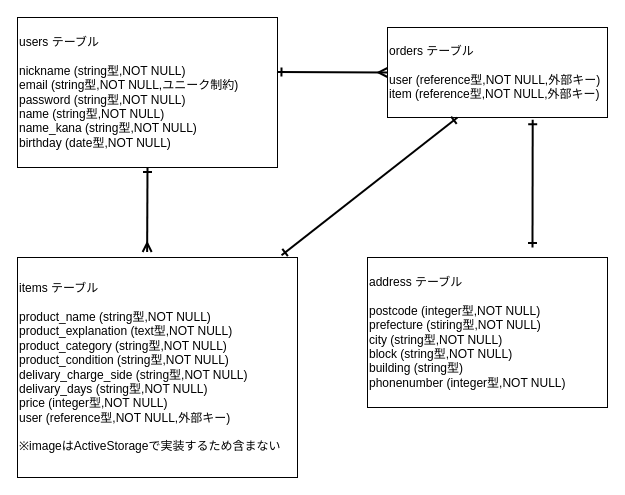
Above: er.dio in kouki135/furima-37408 (draw.io), before the change. Source tidied: cells renumbered, new cells numbered last; positions are measured from the earlier drawing's top-left corner, leaving out a move shared by most shapes. Both pictures are drawn from the tidied source at 100%, with x=0, y=0 at pixel (17, 17).
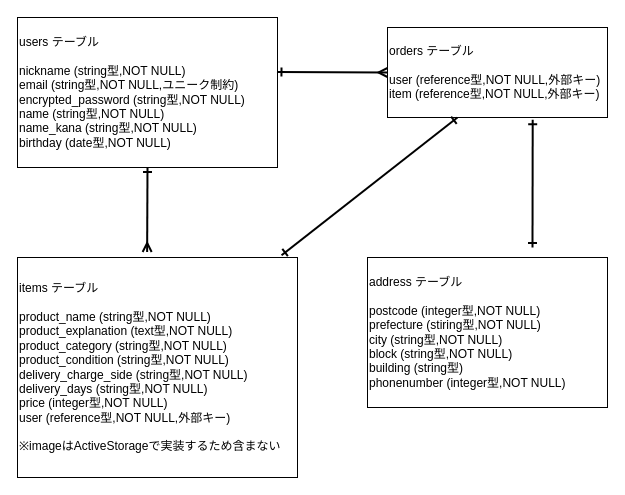
After the change.

The edit, as a diff of the source:
```diff
@@
 <mxGraphModel>
   <root>
     <mxCell id="0" />
     <mxCell id="1" parent="0" />
-    <mxCell id="2" value="&lt;div&gt;&lt;span&gt;users テーブル&lt;/span&gt;&lt;/div&gt;&lt;div&gt;&lt;br&gt;&lt;/div&gt;&lt;div&gt;&lt;span&gt;nickname (string型,NOT NULL)&lt;/span&gt;&lt;/div&gt;&lt;div&gt;&lt;span&gt;email (string型,NOT NULL,ユニーク制約)&lt;/span&gt;&lt;/div&gt;&lt;div&gt;&lt;span&gt;password&amp;nbsp;(string型,NOT NULL)&lt;/span&gt;&lt;/div&gt;&lt;div&gt;&lt;span&gt;name&amp;nbsp;(string型,NOT NULL)&lt;/span&gt;&lt;/div&gt;&lt;div&gt;&lt;span&gt;name_kana&amp;nbsp;(string型,NOT NULL)&lt;/span&gt;&lt;/div&gt;&lt;div&gt;&lt;span&gt;birthday&amp;nbsp;(date型,NOT NULL)&lt;/span&gt;&lt;/div&gt;" style="rounded=0;whiteSpace=wrap;html=1;align=left;" parent="1" vertex="1">
+    <mxCell id="2" value="&lt;div&gt;&lt;span&gt;users テーブル&lt;/span&gt;&lt;/div&gt;&lt;div&gt;&lt;br&gt;&lt;/div&gt;&lt;div&gt;&lt;span&gt;nickname (string型,NOT NULL)&lt;/span&gt;&lt;/div&gt;&lt;div&gt;&lt;span&gt;email (string型,NOT NULL,ユニーク制約)&lt;/span&gt;&lt;/div&gt;&lt;div&gt;&lt;span&gt;encrypted_password&amp;nbsp;(string型,NOT NULL)&lt;/span&gt;&lt;/div&gt;&lt;div&gt;&lt;span&gt;name&amp;nbsp;(string型,NOT NULL)&lt;/span&gt;&lt;/div&gt;&lt;div&gt;&lt;span&gt;name_kana&amp;nbsp;(string型,NOT NULL)&lt;/span&gt;&lt;/div&gt;&lt;div&gt;&lt;span&gt;birthday&amp;nbsp;(date型,NOT NULL)&lt;/span&gt;&lt;/div&gt;" style="rounded=0;whiteSpace=wrap;html=1;align=left;" parent="1" vertex="1">
       <mxGeometry width="260" height="150" as="geometry" />
     </mxCell>
-    <mxCell id="3" value="items テーブル&lt;br&gt;&lt;br&gt;product_name&amp;nbsp;(string型,NOT NULL)&lt;br&gt;product_explanation (text型,NOT NULL)&lt;br&gt;product_category (string型,NOT NULL)&lt;br&gt;product_condition (string型,NOT NULL)&lt;br&gt;delivary_charge_side (string型,NOT NULL)&lt;br&gt;delivary_days (string型,NOT NULL)&lt;br&gt;price (integer型,NOT NULL)&lt;br&gt;user (reference型,NOT NULL,外部キー)&lt;br&gt;&lt;br&gt;※imageはActiveStorageで実装するため含まない" style="rounded=0;whiteSpace=wrap;html=1;align=left;" parent="1" vertex="1">
+    <mxCell id="3" value="items テーブル&lt;br&gt;&lt;br&gt;product_name&amp;nbsp;(string型,NOT NULL)&lt;br&gt;product_explanation (text型,NOT NULL)&lt;br&gt;product_category (string型,NOT NULL)&lt;br&gt;product_condition (string型,NOT NULL)&lt;br&gt;delivery_charge_side (string型,NOT NULL)&lt;br&gt;delivery_days (string型,NOT NULL)&lt;br&gt;price (integer型,NOT NULL)&lt;br&gt;user (reference型,NOT NULL,外部キー)&lt;br&gt;&lt;br&gt;※imageはActiveStorageで実装するため含まない" style="rounded=0;whiteSpace=wrap;html=1;align=left;" parent="1" vertex="1">
       <mxGeometry y="240" width="280" height="220" as="geometry" />
     </mxCell>
     <mxCell id="4" value="&lt;div&gt;&lt;span&gt;orders テーブル&lt;/span&gt;&lt;/div&gt;&lt;div&gt;&lt;br&gt;&lt;/div&gt;user (reference型,NOT NULL,外部キー)&lt;div&gt;&lt;span&gt;item&lt;/span&gt;&lt;span&gt;&amp;nbsp;(&lt;/span&gt;reference型&lt;span&gt;,NOT NULL,外部キー)&lt;/span&gt;&lt;/div&gt;" style="rounded=0;whiteSpace=wrap;html=1;align=left;" parent="1" vertex="1">
       <mxGeometry x="370" y="10" width="220" height="90" as="geometry" />
     </mxCell>
     <mxCell id="5" value="&lt;div&gt;&lt;span&gt;address テーブル&lt;/span&gt;&lt;/div&gt;&lt;div&gt;&lt;br&gt;&lt;/div&gt;postcode (integer型,NOT NULL)&lt;div&gt;&lt;span&gt;prefecture (stiring&lt;/span&gt;型&lt;span&gt;,NOT NULL)&lt;/span&gt;&lt;/div&gt;city (string型,NOT NULL)&lt;br&gt;block (string型,NOT NULL)&lt;br&gt;building (string型)&lt;br&gt;phonenumber (integer型,NOT NULL)" style="rounded=0;whiteSpace=wrap;html=1;align=left;" parent="1" vertex="1">
       <mxGeometry x="350" y="240" width="240" height="150" as="geometry" />
     </mxCell>
     <mxCell id="6" style="endArrow=ERmany;startArrow=ERone;html=1;endFill=0;startFill=0;exitX=0.998;exitY=0.364;exitDx=0;exitDy=0;exitPerimeter=0;strokeWidth=2;entryX=0;entryY=0.5;entryDx=0;entryDy=0;" parent="1" edge="1" source="2" target="4">
       <mxGeometry relative="1" as="geometry" />
     </mxCell>
     <mxCell id="7" style="endArrow=ERmany;startArrow=ERone;html=1;endFill=0;startFill=0;strokeWidth=2;entryX=0.463;entryY=-0.025;entryDx=0;entryDy=0;exitX=0.5;exitY=1;exitDx=0;exitDy=0;entryPerimeter=0;" parent="1" edge="1" source="2" target="3">
       <mxGeometry relative="1" as="geometry" />
     </mxCell>
     <mxCell id="8" style="endArrow=ERone;startArrow=ERone;html=1;endFill=0;startFill=0;exitX=0.943;exitY=-0.01;exitDx=0;exitDy=0;exitPerimeter=0;strokeWidth=2;entryX=0.318;entryY=1;entryDx=0;entryDy=0;entryPerimeter=0;" parent="1" edge="1" source="3" target="4">
       <mxGeometry relative="1" as="geometry" />
     </mxCell>
     <mxCell id="9" style="endArrow=ERone;startArrow=ERone;html=1;endFill=0;startFill=0;strokeWidth=2;entryX=0.66;entryY=1.026;entryDx=0;entryDy=0;entryPerimeter=0;" parent="1" edge="1" target="4">
       <mxGeometry relative="1" as="geometry">
         <mxPoint x="515" y="230" as="sourcePoint" />
       </mxGeometry>
     </mxCell>
   </root>
 </mxGraphModel>
```
